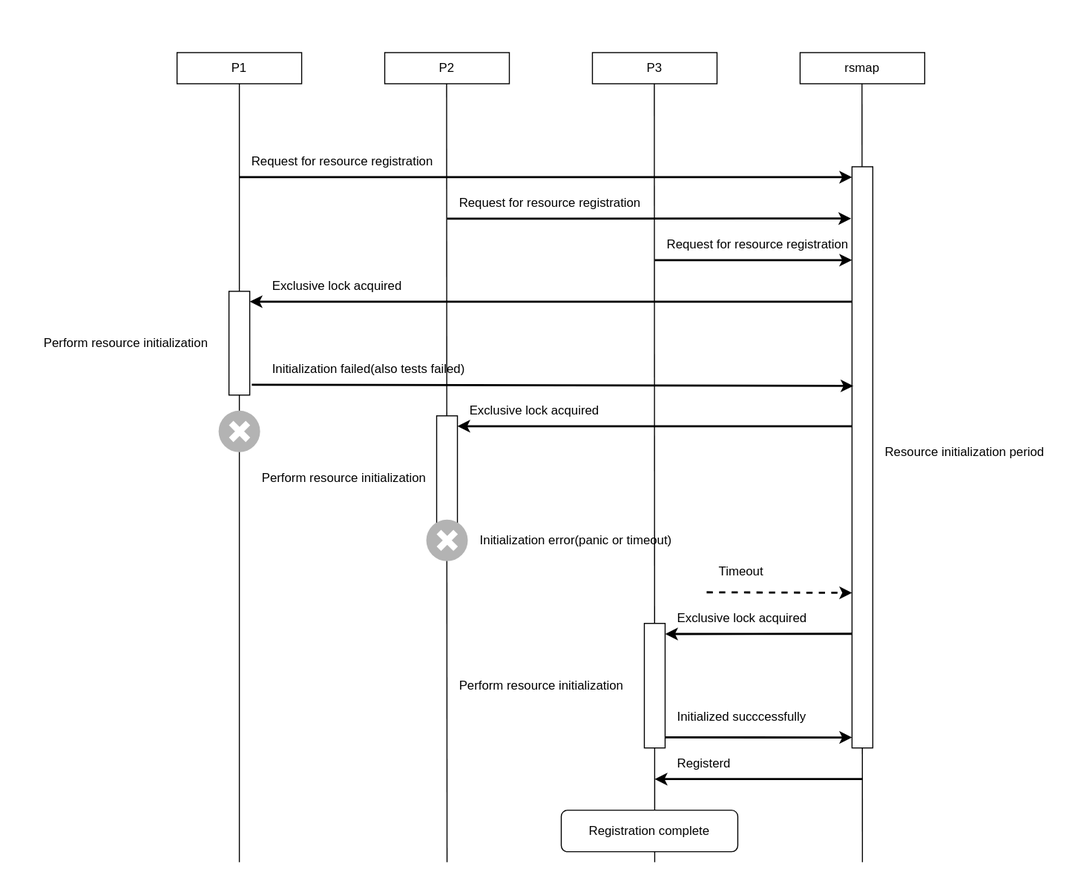
daichitakahashi/rsmap keeps this draw.io diagram as retry-init.drawio.svg. Above is the earlier version. Source tidied: cells renumbered, new cells last; positions are measured from the earlier drawing's top-left corner, leaving out a move shared by most shapes.
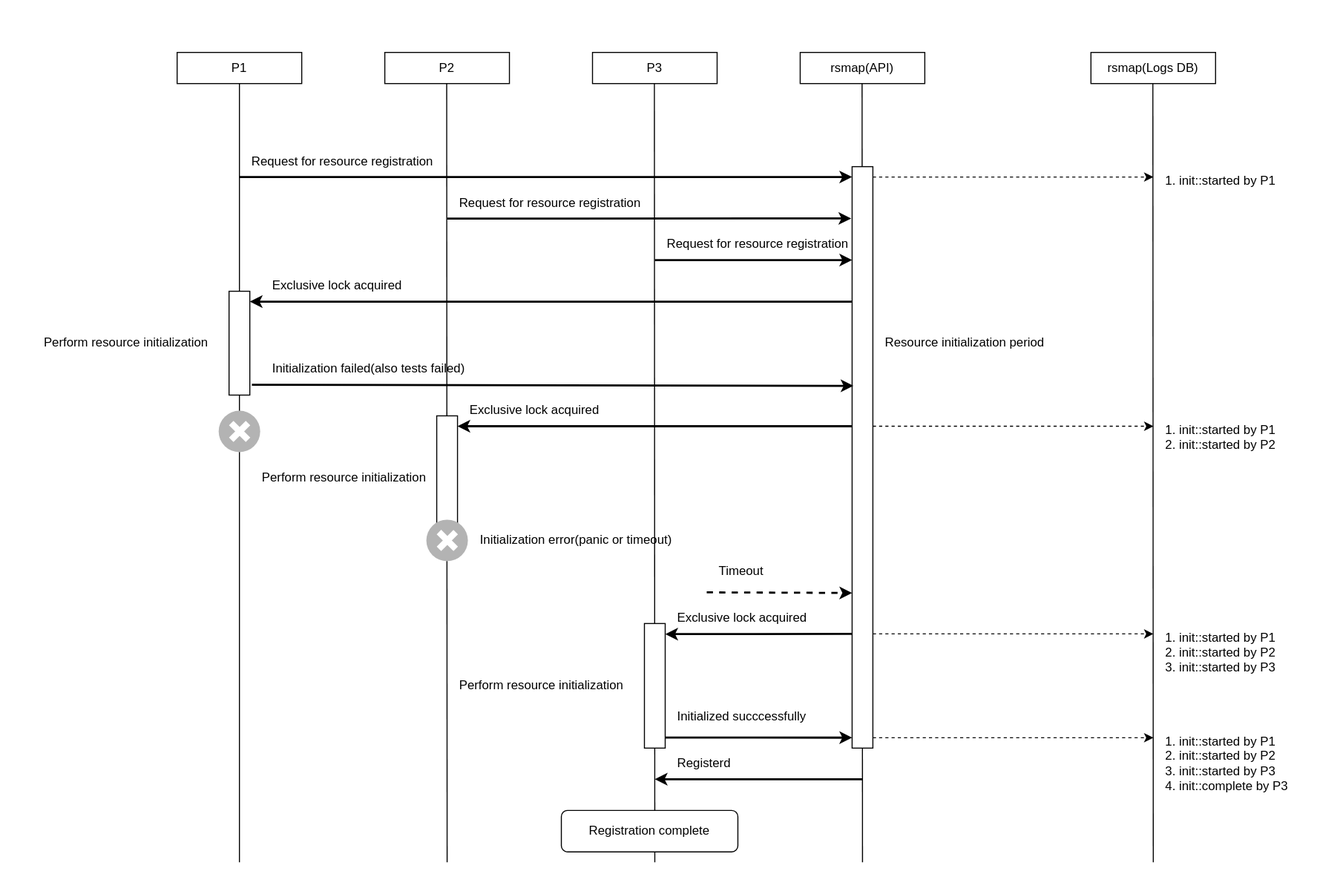
Later version of the same file.

Diff of the diagram source:
```diff
@@ -3,7 +3,7 @@
     <mxCell id="0" />
     <mxCell id="1" value="background" parent="0" />
     <mxCell id="2" style="rounded=0;whiteSpace=wrap;html=1;strokeColor=none;fontColor=#000000;fillColor=none;imageAspect=0;" parent="1" vertex="1">
-      <mxGeometry width="1040" height="860" as="geometry" />
+      <mxGeometry width="1270" height="860" as="geometry" />
     </mxCell>
     <mxCell id="3" value="&lt;font color=&quot;#000000&quot;&gt;P1&lt;/font&gt;" style="rounded=0;whiteSpace=wrap;html=1;strokeColor=#000000;fillColor=none;" parent="2" vertex="1">
       <mxGeometry x="170" y="50" width="120" height="30" as="geometry" />
@@ -31,7 +31,7 @@
         <mxPoint x="629.6" y="80" as="targetPoint" />
       </mxGeometry>
     </mxCell>
-    <mxCell id="9" value="&lt;font color=&quot;#000000&quot;&gt;rsmap&lt;/font&gt;" style="rounded=0;whiteSpace=wrap;html=1;strokeColor=#000000;fillColor=none;" parent="2" vertex="1">
+    <mxCell id="9" value="&lt;font color=&quot;#000000&quot;&gt;rsmap(API)&lt;/font&gt;" style="rounded=0;whiteSpace=wrap;html=1;strokeColor=#000000;fillColor=none;" parent="2" vertex="1">
       <mxGeometry x="770" y="50" width="120" height="30" as="geometry" />
     </mxCell>
     <mxCell id="10" style="endArrow=none;html=1;fontColor=#000000;strokeColor=#000000;entryX=0.5;entryY=1;entryDx=0;entryDy=0;" parent="2" edge="1">
@@ -40,9 +40,15 @@
         <mxPoint x="829.6" y="80" as="targetPoint" />
       </mxGeometry>
     </mxCell>
-    <mxCell id="11" value="Resource initialization period" style="text;html=1;strokeColor=none;fillColor=none;align=left;verticalAlign=middle;whiteSpace=wrap;rounded=0;fontColor=#000000;" parent="2" vertex="1">
-      <mxGeometry x="850" y="420" width="190" height="30" as="geometry" />
-    </mxCell>
+    <mxCell id="52" value="&lt;font color=&quot;#000000&quot;&gt;rsmap(Logs DB)&lt;/font&gt;" style="rounded=0;whiteSpace=wrap;html=1;strokeColor=#000000;fillColor=none;" parent="2" vertex="1">
+      <mxGeometry x="1050" y="50" width="120" height="30" as="geometry" />
+    </mxCell>
+    <mxCell id="53" style="endArrow=none;html=1;fontColor=#000000;strokeColor=#000000;entryX=0.5;entryY=1;entryDx=0;entryDy=0;" parent="2" edge="1">
+      <mxGeometry relative="1" as="geometry">
+        <mxPoint x="1110" y="830" as="sourcePoint" />
+        <mxPoint x="1109.6" y="80" as="targetPoint" />
+      </mxGeometry>
+    </mxCell>
     <mxCell id="12" value="interaction" parent="0" />
     <mxCell id="13" style="rounded=0;whiteSpace=wrap;html=1;strokeColor=#000000;fontColor=#000000;fillColor=#FFFFFF;" parent="12" vertex="1">
       <mxGeometry x="820" y="160" width="20" height="560" as="geometry" />
@@ -183,5 +189,44 @@
     <mxCell id="51" value="Registration complete" style="rounded=1;whiteSpace=wrap;html=1;strokeColor=#000000;fontColor=#000000;fillColor=#FFFFFF;" parent="12" vertex="1">
       <mxGeometry x="540" y="780" width="170" height="40" as="geometry" />
     </mxCell>
+    <mxCell id="11" value="Resource initialization period" style="text;html=1;strokeColor=none;fillColor=none;align=left;verticalAlign=middle;whiteSpace=wrap;rounded=0;fontColor=#000000;" parent="12" vertex="1">
+      <mxGeometry x="850" y="315" width="190" height="30" as="geometry" />
+    </mxCell>
+    <mxCell id="54" value="1. init::started by P1" style="text;html=1;strokeColor=none;fillColor=none;align=left;verticalAlign=top;whiteSpace=wrap;rounded=0;fontColor=#000000;" parent="12" vertex="1">
+      <mxGeometry x="1120" y="160" width="140" height="30" as="geometry" />
+    </mxCell>
+    <mxCell id="55" style="endArrow=classic;html=1;strokeColor=#000000;fontColor=#000000;entryX=0.008;entryY=0.053;entryDx=0;entryDy=0;strokeWidth=1;entryPerimeter=0;dashed=1;" parent="12" edge="1">
+      <mxGeometry relative="1" as="geometry">
+        <mxPoint x="840" y="170" as="sourcePoint" />
+        <mxPoint x="1110.2" y="170" as="targetPoint" />
+      </mxGeometry>
+    </mxCell>
+    <mxCell id="56" style="endArrow=classic;html=1;strokeColor=#000000;fontColor=#000000;entryX=0.008;entryY=0.053;entryDx=0;entryDy=0;strokeWidth=1;entryPerimeter=0;dashed=1;" parent="12" edge="1">
+      <mxGeometry relative="1" as="geometry">
+        <mxPoint x="840" y="710" as="sourcePoint" />
+        <mxPoint x="1110.2" y="710" as="targetPoint" />
+      </mxGeometry>
+    </mxCell>
+    <mxCell id="57" value="1. init::started by P1&lt;br&gt;2. init::started by P2" style="text;html=1;strokeColor=none;fillColor=none;align=left;verticalAlign=top;whiteSpace=wrap;rounded=0;fontColor=#000000;" parent="12" vertex="1">
+      <mxGeometry x="1120" y="400" width="140" height="50" as="geometry" />
+    </mxCell>
+    <mxCell id="58" style="endArrow=classic;html=1;strokeColor=#000000;fontColor=#000000;entryX=0.008;entryY=0.053;entryDx=0;entryDy=0;strokeWidth=1;entryPerimeter=0;dashed=1;" parent="12" edge="1">
+      <mxGeometry relative="1" as="geometry">
+        <mxPoint x="840" y="410" as="sourcePoint" />
+        <mxPoint x="1110.2" y="410" as="targetPoint" />
+      </mxGeometry>
+    </mxCell>
+    <mxCell id="59" style="endArrow=classic;html=1;strokeColor=#000000;fontColor=#000000;entryX=0.008;entryY=0.053;entryDx=0;entryDy=0;strokeWidth=1;entryPerimeter=0;dashed=1;" parent="12" edge="1">
+      <mxGeometry relative="1" as="geometry">
+        <mxPoint x="840" y="610" as="sourcePoint" />
+        <mxPoint x="1110.2" y="610" as="targetPoint" />
+      </mxGeometry>
+    </mxCell>
+    <mxCell id="60" value="1. init::started by P1&lt;br&gt;2. init::started by P2&lt;br&gt;3. init::started by P3" style="text;html=1;strokeColor=none;fillColor=none;align=left;verticalAlign=top;whiteSpace=wrap;rounded=0;fontColor=#000000;" parent="12" vertex="1">
+      <mxGeometry x="1120" y="600" width="140" height="50" as="geometry" />
+    </mxCell>
+    <mxCell id="61" value="1. init::started by P1&lt;br&gt;2. init::started by P2&lt;br&gt;3. init::started by P3&lt;br&gt;4. init::complete by P3" style="text;html=1;strokeColor=none;fillColor=none;align=left;verticalAlign=top;whiteSpace=wrap;rounded=0;fontColor=#000000;" parent="12" vertex="1">
+      <mxGeometry x="1120" y="700" width="140" height="70" as="geometry" />
+    </mxCell>
   </root>
 </mxGraphModel>
```
